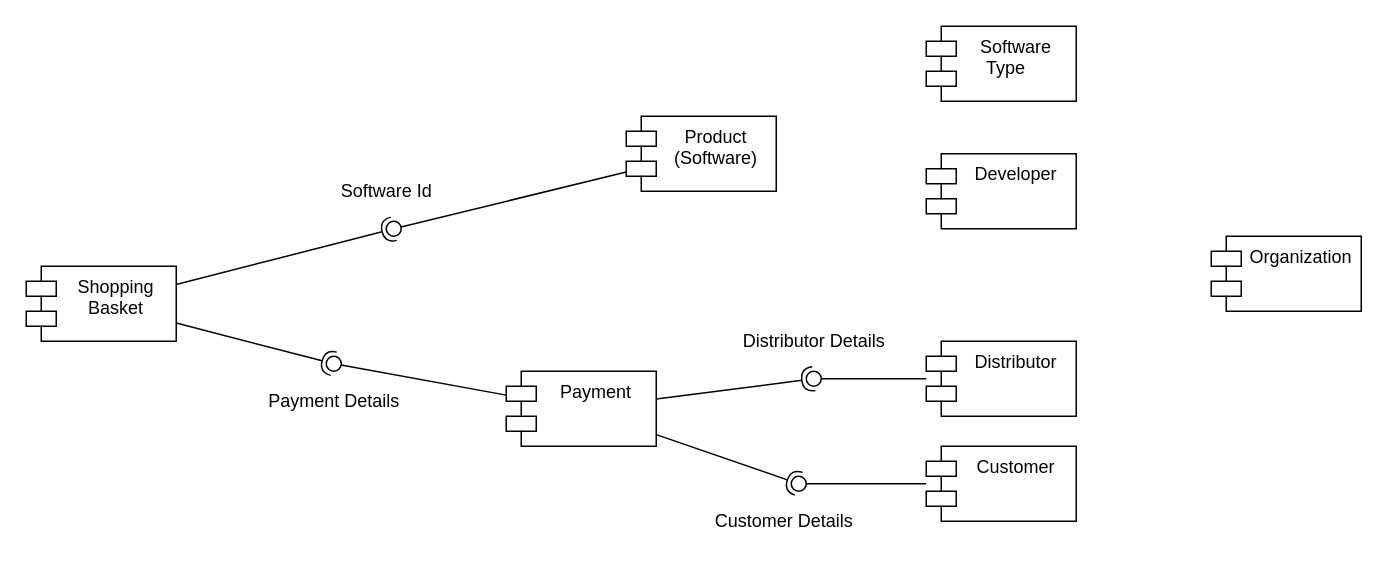
The draw.io diagram ComponentDiagr.drawio in NikitaGusevZ/FirstRepository, before the edit. Source tidied: cells renumbered, new cells numbered last; positions are measured from the earlier drawing's top-left corner, leaving out a move shared by most shapes. Both pictures are drawn from the tidied source at 150%, with x=0, y=0 at pixel (26, 26).
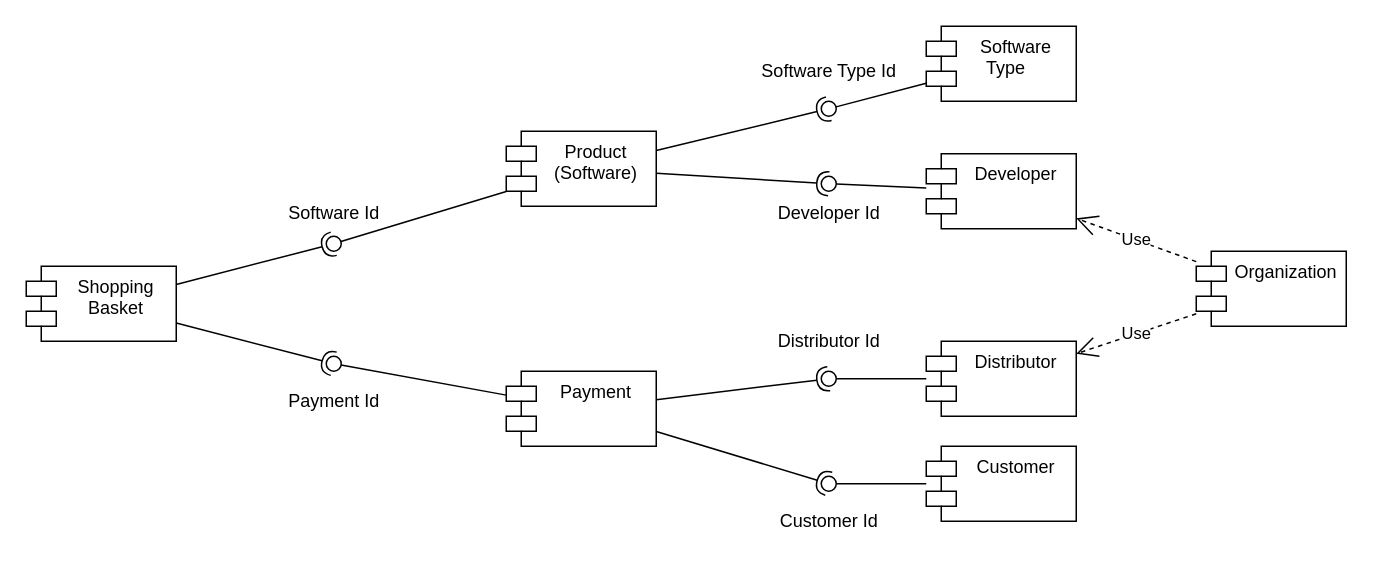
Above is the later version.

The change refers to these unchanged cells:
```xml
<mxCell id="4" value="Distributor&#10;" style="shape=module;align=left;spacingLeft=20;align=center;verticalAlign=top;" parent="1" vertex="1">
  <mxGeometry x="600" y="210" width="100" height="50" as="geometry" />
</mxCell>
<mxCell id="22" value="Software&#10;Type    " style="shape=module;align=left;spacingLeft=20;align=center;verticalAlign=top;" parent="1" vertex="1">
  <mxGeometry x="600" width="100" height="50" as="geometry" />
</mxCell>
<mxCell id="23" value="Developer&#10;" style="shape=module;align=left;spacingLeft=20;align=center;verticalAlign=top;" parent="1" vertex="1">
  <mxGeometry x="600" y="85" width="100" height="50" as="geometry" />
</mxCell>
```

Change to the diagram source:
```diff
@@
     <mxCell id="2" value="Product&#10;(Software)" style="shape=module;align=left;spacingLeft=20;align=center;verticalAlign=top;" parent="1" vertex="1">
-      <mxGeometry x="400" y="60" width="100" height="50" as="geometry" />
+      <mxGeometry x="320" y="70" width="100" height="50" as="geometry" />
     </mxCell>
@@
     <mxCell id="8" style="ellipse;whiteSpace=wrap;html=1;align=center;points=[];outlineConnect=0;sketch=0;" parent="1" vertex="1">
-      <mxGeometry x="240" y="130" width="10" height="10" as="geometry" />
+      <mxGeometry x="200" y="140" width="10" height="10" as="geometry" />
     </mxCell>
     <mxCell id="9" value="Software Id" style="text;html=1;align=center;verticalAlign=middle;strokeColor=none;fillColor=none;" parent="1" vertex="1">
-      <mxGeometry x="200" y="100" width="80" height="20" as="geometry" />
+      <mxGeometry x="165" y="115" width="80" height="20" as="geometry" />
     </mxCell>
@@
     <mxCell id="12" style="ellipse;whiteSpace=wrap;html=1;align=center;points=[];outlineConnect=0;sketch=0;" parent="1" vertex="1">
-      <mxGeometry x="510" y="300" width="10" height="10" as="geometry" />
+      <mxGeometry x="530" y="300" width="10" height="10" as="geometry" />
     </mxCell>
-    <mxCell id="13" value="Customer Details" style="text;html=1;align=center;verticalAlign=middle;strokeColor=none;fillColor=none;" parent="1" vertex="1">
-      <mxGeometry x="450" y="320" width="110" height="20" as="geometry" />
+    <mxCell id="13" value="Customer Id" style="text;html=1;align=center;verticalAlign=middle;strokeColor=none;fillColor=none;" parent="1" vertex="1">
+      <mxGeometry x="495" y="320" width="80" height="20" as="geometry" />
     </mxCell>
@@
     <mxCell id="16" style="ellipse;whiteSpace=wrap;html=1;align=center;points=[];outlineConnect=0;sketch=0;" parent="1" vertex="1">
-      <mxGeometry x="520" y="230" width="10" height="10" as="geometry" />
+      <mxGeometry x="530" y="230" width="10" height="10" as="geometry" />
     </mxCell>
-    <mxCell id="17" value="Distributor Details" style="text;html=1;align=center;verticalAlign=middle;strokeColor=none;fillColor=none;" parent="1" vertex="1">
-      <mxGeometry x="470" y="200" width="110" height="20" as="geometry" />
+    <mxCell id="17" value="Distributor Id" style="text;html=1;align=center;verticalAlign=middle;strokeColor=none;fillColor=none;" parent="1" vertex="1">
+      <mxGeometry x="495" y="200" width="80" height="20" as="geometry" />
     </mxCell>
@@
     <mxCell id="24" value="Organization" style="shape=module;align=left;spacingLeft=20;align=center;verticalAlign=top;" parent="1" vertex="1">
-      <mxGeometry x="790" y="140" width="100" height="50" as="geometry" />
+      <mxGeometry x="780" y="150" width="100" height="50" as="geometry" />
     </mxCell>
-    <mxCell id="25" value="Payment Details" style="text;html=1;align=center;verticalAlign=middle;strokeColor=none;fillColor=none;" parent="1" vertex="1">
-      <mxGeometry x="155" y="240" width="100" height="20" as="geometry" />
+    <mxCell id="25" value="Payment Id" style="text;html=1;align=center;verticalAlign=middle;strokeColor=none;fillColor=none;" parent="1" vertex="1">
+      <mxGeometry x="165" y="240" width="80" height="20" as="geometry" />
     </mxCell>
+    <mxCell id="26" value="Use" style="endArrow=open;endSize=12;dashed=1;html=1;rounded=0;" parent="1" edge="1" source="24" target="4">
+      <mxGeometry relative="1" as="geometry" />
+    </mxCell>
+    <mxCell id="27" value="Use" style="endArrow=open;endSize=12;dashed=1;html=1;rounded=0;" parent="1" edge="1" source="24" target="23">
+      <mxGeometry relative="1" as="geometry" />
+    </mxCell>
+    <mxCell id="28" style="rounded=0;jettySize=auto;html=1;endArrow=none;endFill=0;sketch=0;sourcePerimeterSpacing=0;targetPerimeterSpacing=0;" parent="1" edge="1" source="22" target="30">
+      <mxGeometry relative="1" as="geometry" />
+    </mxCell>
+    <mxCell id="29" style="rounded=0;jettySize=auto;html=1;endArrow=halfCircle;endFill=0;entryX=0.5;entryY=0.5;endSize=6;strokeWidth=1;sketch=0;" parent="1" edge="1" source="2" target="30">
+      <mxGeometry relative="1" as="geometry" />
+    </mxCell>
+    <mxCell id="30" style="ellipse;whiteSpace=wrap;html=1;align=center;points=[];outlineConnect=0;sketch=0;" parent="1" vertex="1">
+      <mxGeometry x="530" y="50" width="10" height="10" as="geometry" />
+    </mxCell>
+    <mxCell id="31" style="rounded=0;jettySize=auto;html=1;endArrow=none;endFill=0;sketch=0;sourcePerimeterSpacing=0;targetPerimeterSpacing=0;" parent="1" edge="1" source="23" target="33">
+      <mxGeometry relative="1" as="geometry" />
+    </mxCell>
+    <mxCell id="32" style="rounded=0;jettySize=auto;html=1;endArrow=halfCircle;endFill=0;entryX=0.5;entryY=0.5;endSize=6;strokeWidth=1;sketch=0;" parent="1" edge="1" source="2" target="33">
+      <mxGeometry relative="1" as="geometry" />
+    </mxCell>
+    <mxCell id="33" style="ellipse;whiteSpace=wrap;html=1;align=center;points=[];outlineConnect=0;sketch=0;" parent="1" vertex="1">
+      <mxGeometry x="530" y="100" width="10" height="10" as="geometry" />
+    </mxCell>
+    <mxCell id="34" value="Software Type Id" style="text;html=1;align=center;verticalAlign=middle;strokeColor=none;fillColor=none;" parent="1" vertex="1">
+      <mxGeometry x="480" y="20" width="110" height="20" as="geometry" />
+    </mxCell>
+    <mxCell id="35" value="Developer Id" style="text;html=1;align=center;verticalAlign=middle;strokeColor=none;fillColor=none;" parent="1" vertex="1">
+      <mxGeometry x="495" y="115" width="80" height="20" as="geometry" />
+    </mxCell>
```
